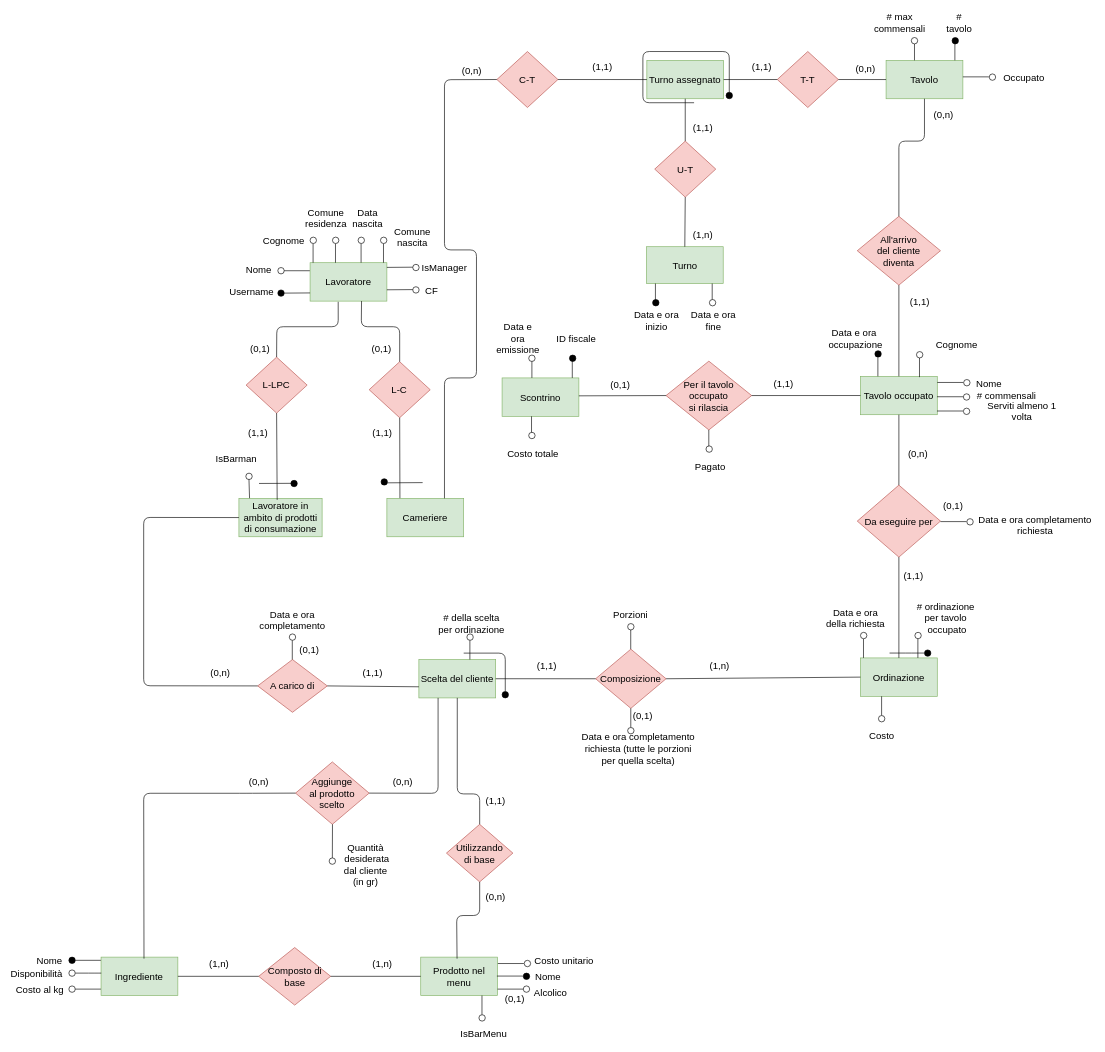
Earlier version of the draw.io diagram RERD/RERD_EditableDiagram.drawio (StefanoBelli/pizzeria). Source tidied: cells renumbered, new cells numbered last; positions are measured from the earlier drawing's top-left corner, leaving out a move shared by most shapes. Both pictures are drawn from the tidied source at 64%, with x=0, y=0 at pixel (11, 16).
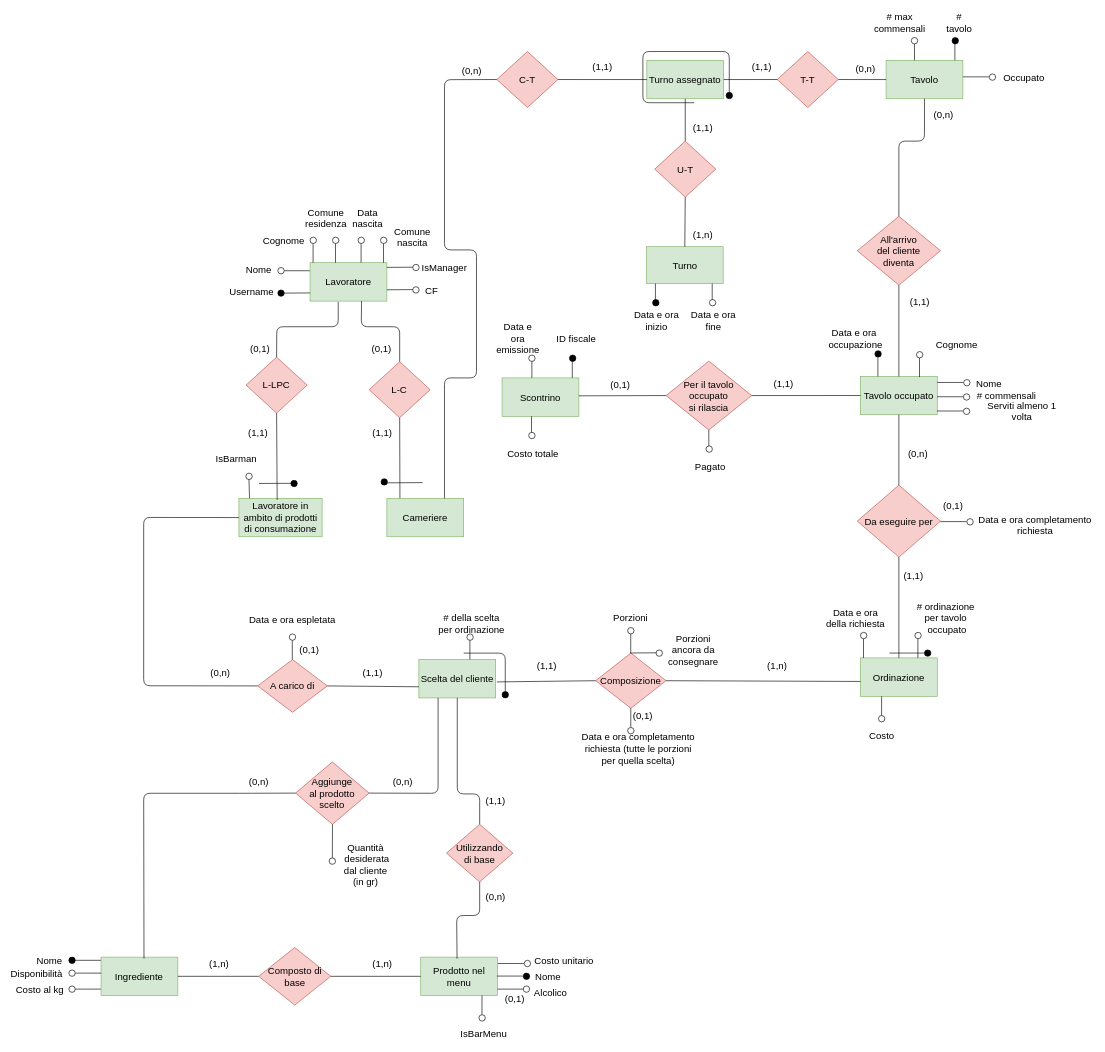
The same page after the edit.

Unchanged cells that the change refers to:
```xml
<mxCell id="8" value="Ordinazione" style="rounded=0;whiteSpace=wrap;html=1;strokeWidth=1;fontSize=15;fillColor=#d5e8d4;strokeColor=#82b366;" parent="1" vertex="1">
  <mxGeometry x="1327" y="1002.5" width="120" height="60" as="geometry" />
</mxCell>
<mxCell id="9" value="Scelta del cliente" style="rounded=0;whiteSpace=wrap;html=1;strokeWidth=1;fontSize=15;fillColor=#d5e8d4;strokeColor=#82b366;" parent="1" vertex="1">
  <mxGeometry x="637" y="1005" width="120" height="60" as="geometry" />
</mxCell>
```

Diff of the diagram source:
```diff
@@
     <mxCell id="10" value="&lt;div style=&quot;font-size: 15px;&quot;&gt;Composizione&lt;/div&gt;" style="rhombus;whiteSpace=wrap;html=1;fontSize=15;fillColor=#f8cecc;strokeColor=#b85450;" parent="1" vertex="1">
-      <mxGeometry x="913.2" y="988.8" width="110" height="92.5" as="geometry" />
+      <mxGeometry x="913.2" y="995" width="110" height="86.2" as="geometry" />
     </mxCell>
@@
-    <mxCell id="14" style="endArrow=none;html=1;fillColor=#000000;entryX=0;entryY=0.5;entryDx=0;entryDy=0;exitX=1;exitY=0.5;exitDx=0;exitDy=0;" parent="1" edge="1" source="9" target="10">
+    <mxCell id="14" style="endArrow=none;html=1;fillColor=#000000;entryX=0;entryY=0.5;entryDx=0;entryDy=0;exitX=1.015;exitY=0.583;exitDx=0;exitDy=0;exitPerimeter=0;" parent="1" edge="1" source="9" target="10">
       <mxGeometry relative="1" as="geometry" />
     </mxCell>
@@
-    <mxCell id="46" value="Data e ora completamento" style="text;html=1;strokeColor=none;fillColor=none;align=center;verticalAlign=middle;whiteSpace=wrap;rounded=0;fontSize=15;" parent="1" vertex="1">
+    <mxCell id="46" value="Data e ora espletata" style="text;html=1;strokeColor=none;fillColor=none;align=center;verticalAlign=middle;whiteSpace=wrap;rounded=0;fontSize=15;" parent="1" vertex="1">
       <mxGeometry x="368.9" y="932.5" width="141.2" height="20" as="geometry" />
     </mxCell>
     <mxCell id="47" style="endArrow=none;html=1;fillColor=#000000;fontSize=15;" parent="1" edge="1">
       <mxGeometry relative="1" as="geometry">
-        <mxPoint x="968" y="988.8" as="sourcePoint" />
-        <mxPoint x="968" y="958.8" as="targetPoint" />
+        <mxPoint x="968" y="995" as="sourcePoint" />
+        <mxPoint x="968" y="965" as="targetPoint" />
       </mxGeometry>
     </mxCell>
     <mxCell id="48" style="ellipse;whiteSpace=wrap;html=1;fontSize=15;" parent="1" vertex="1">
-      <mxGeometry x="963.2" y="948.8" width="10" height="10" as="geometry" />
+      <mxGeometry x="963.2" y="955" width="10" height="10" as="geometry" />
     </mxCell>
     <mxCell id="49" value="Porzioni" style="text;html=1;strokeColor=none;fillColor=none;align=center;verticalAlign=middle;whiteSpace=wrap;rounded=0;fontSize=15;" parent="1" vertex="1">
-      <mxGeometry x="948.2" y="923.8" width="40" height="20" as="geometry" />
+      <mxGeometry x="948.2" y="930" width="40" height="20" as="geometry" />
     </mxCell>
@@
     <mxCell id="81" value="(1,n)" style="text;html=1;strokeColor=none;fillColor=none;align=center;verticalAlign=middle;whiteSpace=wrap;rounded=0;fontSize=15;" parent="1" vertex="1">
-      <mxGeometry x="1087" y="1005" width="40" height="20" as="geometry" />
+      <mxGeometry x="1177" y="1005" width="40" height="20" as="geometry" />
     </mxCell>
@@
-    <mxCell id="126" style="endArrow=none;html=1;entryX=0;entryY=0.5;entryDx=0;entryDy=0;exitX=1;exitY=0.5;exitDx=0;exitDy=0;" parent="1" edge="1" source="10" target="8">
+    <mxCell id="126" style="endArrow=none;html=1;entryX=0;entryY=0.613;entryDx=0;entryDy=0;exitX=1;exitY=0.5;exitDx=0;exitDy=0;entryPerimeter=0;" parent="1" edge="1" source="10" target="8">
       <mxGeometry relative="1" as="geometry" />
     </mxCell>
@@
+    <mxCell id="219" style="ellipse;whiteSpace=wrap;html=1;fontSize=15;" parent="1" vertex="1">
+      <mxGeometry x="1007.6" y="990" width="10" height="10" as="geometry" />
+    </mxCell>
+    <mxCell id="220" value="Porzioni&lt;br&gt;ancora da&lt;br&gt;consegnare" style="text;html=1;strokeColor=none;fillColor=none;align=center;verticalAlign=middle;whiteSpace=wrap;rounded=0;fontSize=15;" parent="1" vertex="1">
+      <mxGeometry x="1007.6" y="980" width="116.1" height="20" as="geometry" />
+    </mxCell>
+    <mxCell id="221" style="endArrow=none;html=1;fillColor=#000000;entryX=1;entryY=0.5;entryDx=0;entryDy=0;exitX=0.003;exitY=0.828;exitDx=0;exitDy=0;exitPerimeter=0;fontSize=15;" parent="1" edge="1">
+      <mxGeometry relative="1" as="geometry">
+        <mxPoint x="1007.6" y="994.5" as="sourcePoint" />
+        <mxPoint x="967.2" y="994.8" as="targetPoint" />
+      </mxGeometry>
+    </mxCell>
```
